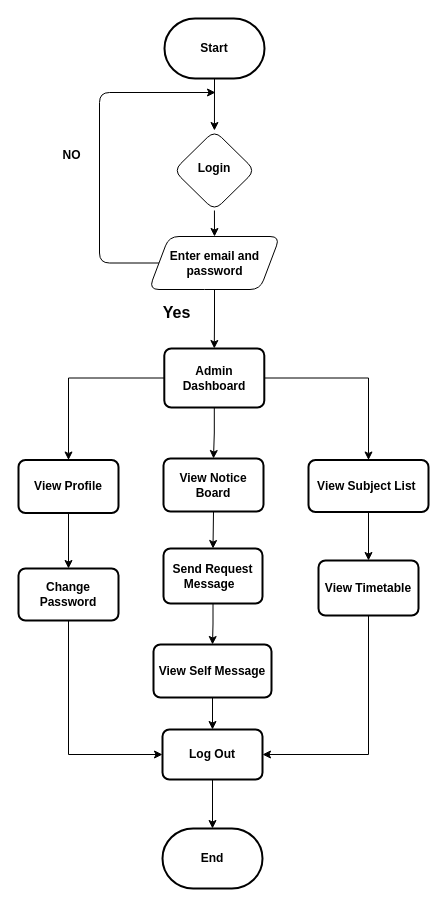
This is student.drawio from KhunMaungNgwee/InternShipProject, a draw.io file, before an edit. Source tidied: cells renumbered, new cells numbered last; positions are measured from the earlier drawing's top-left corner, leaving out a move shared by most shapes. Both pictures are drawn from the tidied source at 100%, with x=0, y=0 at pixel (18, 18).
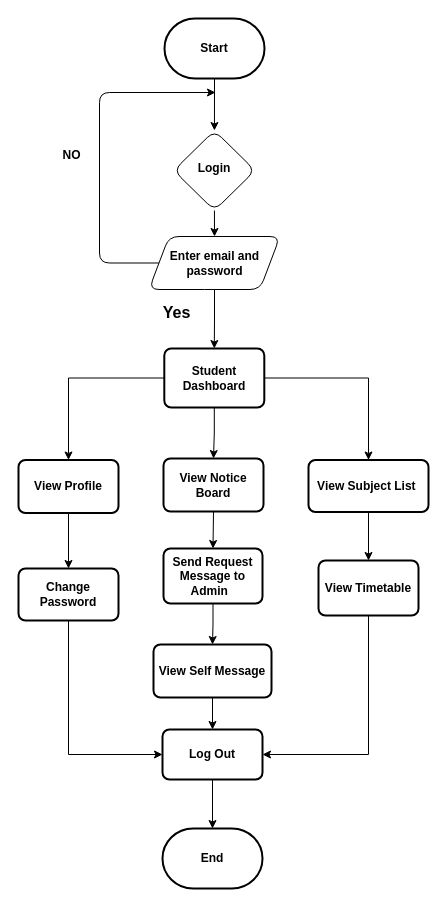
After the change.

Change to the diagram source:
```diff
@@
-<mxGraphModel>
+<mxGraphModel background="#FFFFFF">
@@
-    <mxCell id="20" value="&lt;b&gt;Send Request Message&amp;nbsp;&amp;nbsp;&lt;/b&gt;" style="rounded=1;whiteSpace=wrap;html=1;absoluteArcSize=1;arcSize=14;strokeWidth=2;labelBackgroundColor=none;" parent="1" vertex="1">
+    <mxCell id="20" value="&lt;b&gt;Send Request Message to Admin&amp;nbsp;&amp;nbsp;&lt;/b&gt;" style="rounded=1;whiteSpace=wrap;html=1;absoluteArcSize=1;arcSize=14;strokeWidth=2;labelBackgroundColor=none;" parent="1" vertex="1">
       <mxGeometry x="145" y="530" width="99" height="55" as="geometry" />
     </mxCell>
@@
-    <mxCell id="28" value="&lt;b&gt;Admin Dashboard&lt;/b&gt;" style="rounded=1;whiteSpace=wrap;html=1;absoluteArcSize=1;arcSize=14;strokeWidth=2;" parent="1" vertex="1">
+    <mxCell id="28" value="&lt;b&gt;Student Dashboard&lt;/b&gt;" style="rounded=1;whiteSpace=wrap;html=1;absoluteArcSize=1;arcSize=14;strokeWidth=2;" parent="1" vertex="1">
       <mxGeometry x="145.8" y="330" width="100" height="59" as="geometry" />
     </mxCell>
```
